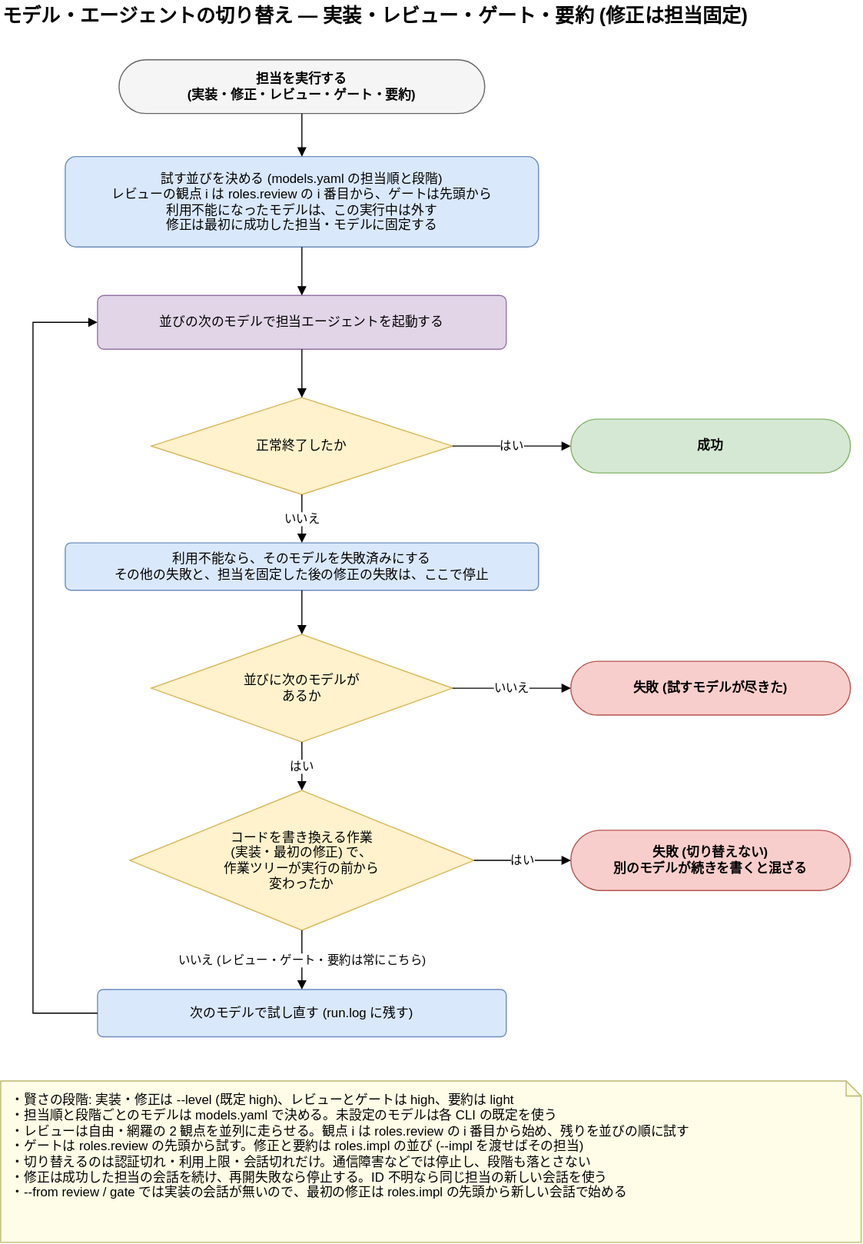
Earlier version of the draw.io export docs/autopilot-model-switching.drawio.svg (k-wa-wa/nuage-autopilot5). Source tidied: cells renumbered, new cells last; positions are measured from the earlier drawing's top-left corner, leaving out a move shared by most shapes.
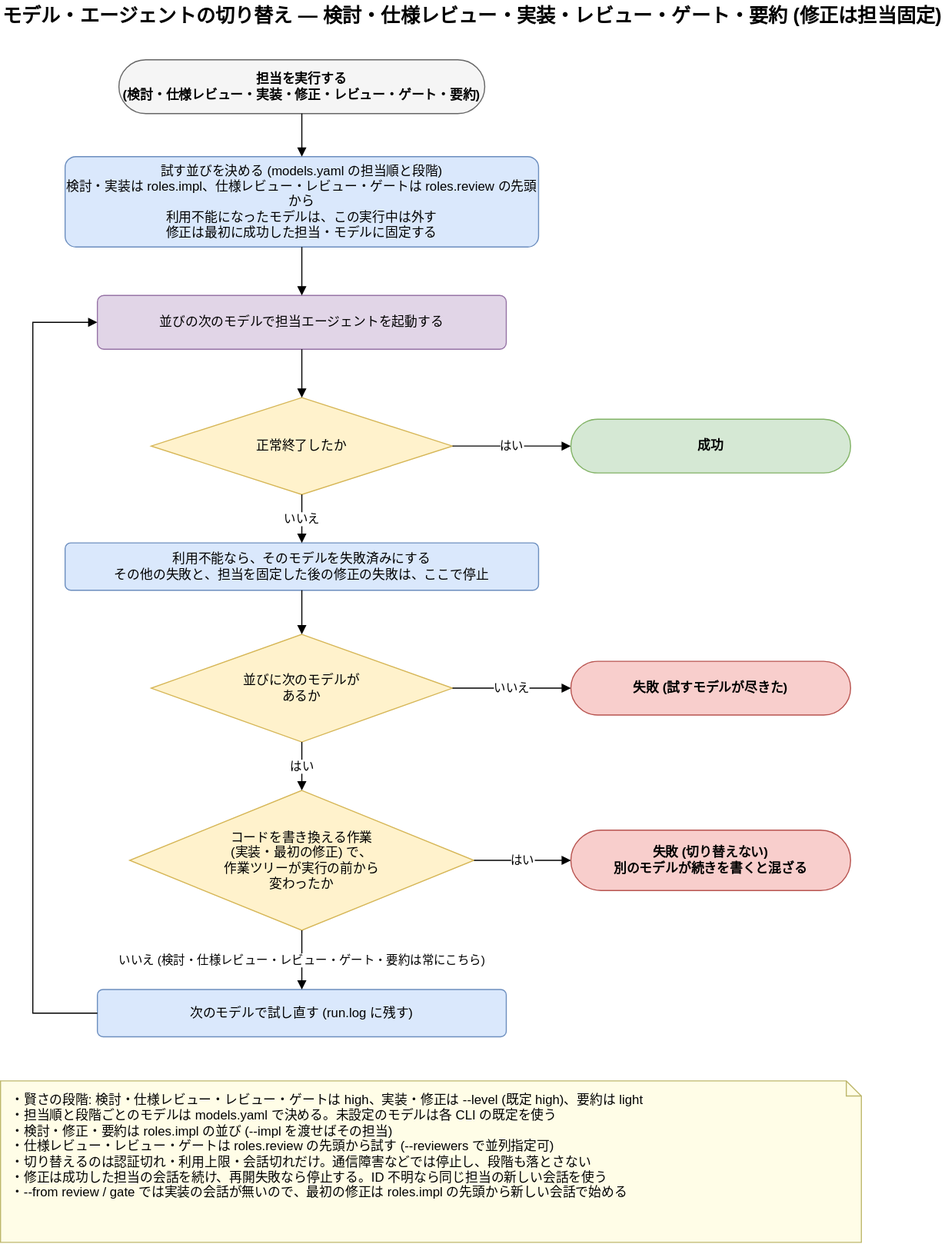
After the change.

What changed in the source:
```diff
@@ -2,13 +2,13 @@
   <root>
     <mxCell id="0" />
     <mxCell id="1" parent="0" />
-    <mxCell id="2" value="モデル・エージェントの切り替え — 実装・レビュー・ゲート・要約 (修正は担当固定)" style="text;html=1;fontSize=18;fontStyle=1;align=left;verticalAlign=middle;" parent="1" vertex="1">
+    <mxCell id="2" value="モデル・エージェントの切り替え — 検討・仕様レビュー・実装・レビュー・ゲート・要約 (修正は担当固定)" style="text;html=1;fontSize=18;fontStyle=1;align=left;verticalAlign=middle;" parent="1" vertex="1">
       <mxGeometry width="800" height="30" as="geometry" />
     </mxCell>
-    <mxCell id="3" value="担当を実行する&lt;br&gt;(実装・修正・レビュー・ゲート・要約)" style="whiteSpace=wrap;html=1;fontSize=12;rounded=1;arcSize=50;fillColor=#f5f5f5;strokeColor=#666666;fontStyle=1;" parent="1" vertex="1">
+    <mxCell id="3" value="担当を実行する&lt;br&gt;(検討・仕様レビュー・実装・修正・レビュー・ゲート・要約)" style="whiteSpace=wrap;html=1;fontSize=12;rounded=1;arcSize=50;fillColor=#f5f5f5;strokeColor=#666666;fontStyle=1;" parent="1" vertex="1">
       <mxGeometry x="110" y="55" width="340" height="50" as="geometry" />
     </mxCell>
-    <mxCell id="4" value="試す並びを決める (models.yaml の担当順と段階)&lt;br&gt;レビューの観点 i は roles.review の i 番目から、ゲートは先頭から&lt;br&gt;利用不能になったモデルは、この実行中は外す&lt;br&gt;修正は最初に成功した担当・モデルに固定する" style="whiteSpace=wrap;html=1;fontSize=12;rounded=1;arcSize=12;fillColor=#dae8fc;strokeColor=#6c8ebf;" parent="1" vertex="1">
+    <mxCell id="4" value="試す並びを決める (models.yaml の担当順と段階)&lt;br&gt;検討・実装は roles.impl、仕様レビュー・レビュー・ゲートは roles.review の先頭から&lt;br&gt;利用不能になったモデルは、この実行中は外す&lt;br&gt;修正は最初に成功した担当・モデルに固定する" style="whiteSpace=wrap;html=1;fontSize=12;rounded=1;arcSize=12;fillColor=#dae8fc;strokeColor=#6c8ebf;" parent="1" vertex="1">
       <mxGeometry x="60" y="145" width="440" height="84" as="geometry" />
     </mxCell>
     <mxCell id="5" value="並びの次のモデルで担当エージェントを起動する" style="whiteSpace=wrap;html=1;fontSize=12;rounded=1;arcSize=12;fillColor=#e1d5e7;strokeColor=#9673a6;" parent="1" vertex="1">
@@ -38,7 +38,7 @@
     <mxCell id="13" value="次のモデルで試し直す (run.log に残す)" style="whiteSpace=wrap;html=1;fontSize=12;rounded=1;arcSize=12;fillColor=#dae8fc;strokeColor=#6c8ebf;" parent="1" vertex="1">
       <mxGeometry x="90" y="919" width="380" height="44" as="geometry" />
     </mxCell>
-    <mxCell id="14" value="・賢さの段階: 実装・修正は --level (既定 high)、レビューとゲートは high、要約は light&lt;br&gt;・担当順と段階ごとのモデルは models.yaml で決める。未設定のモデルは各 CLI の既定を使う&lt;br&gt;・レビューは自由・網羅の 2 観点を並列に走らせる。観点 i は roles.review の i 番目から始め、残りを並びの順に試す&lt;br&gt;・ゲートは roles.review の先頭から試す。修正と要約は roles.impl の並び (--impl を渡せばその担当)&lt;br&gt;・切り替えるのは認証切れ・利用上限・会話切れだけ。通信障害などでは停止し、段階も落とさない&lt;br&gt;・修正は成功した担当の会話を続け、再開失敗なら停止する。ID 不明なら同じ担当の新しい会話を使う&lt;br&gt;・--from review / gate では実装の会話が無いので、最初の修正は roles.impl の先頭から新しい会話で始める" style="whiteSpace=wrap;html=1;fontSize=12;shape=note;size=14;fillColor=#fffde7;strokeColor=#bdb76b;align=left;spacingLeft=8;spacingRight=8;verticalAlign=top;spacingTop=4;" parent="1" vertex="1">
+    <mxCell id="14" value="・賢さの段階: 検討・仕様レビュー・レビュー・ゲートは high、実装・修正は --level (既定 high)、要約は light&lt;br&gt;・担当順と段階ごとのモデルは models.yaml で決める。未設定のモデルは各 CLI の既定を使う&lt;br&gt;・検討・修正・要約は roles.impl の並び (--impl を渡せばその担当)&lt;br&gt;・仕様レビュー・レビュー・ゲートは roles.review の先頭から試す (--reviewers で並列指定可)&lt;br&gt;・切り替えるのは認証切れ・利用上限・会話切れだけ。通信障害などでは停止し、段階も落とさない&lt;br&gt;・修正は成功した担当の会話を続け、再開失敗なら停止する。ID 不明なら同じ担当の新しい会話を使う&lt;br&gt;・--from review / gate では実装の会話が無いので、最初の修正は roles.impl の先頭から新しい会話で始める" style="whiteSpace=wrap;html=1;fontSize=12;shape=note;size=14;fillColor=#fffde7;strokeColor=#bdb76b;align=left;spacingLeft=8;spacingRight=8;verticalAlign=top;spacingTop=4;" parent="1" vertex="1">
       <mxGeometry y="1004" width="800" height="150" as="geometry" />
     </mxCell>
     <mxCell id="15" style="edgeStyle=orthogonalEdgeStyle;rounded=0;html=1;fontSize=11;endArrow=block;endFill=1;exitX=0.5;exitY=1;exitDx=0;exitDy=0;entryX=0.5;entryY=0;entryDx=0;entryDy=0;" parent="1" edge="1" source="3" target="4">
@@ -68,7 +68,7 @@
     <mxCell id="23" value="はい" style="edgeStyle=orthogonalEdgeStyle;rounded=0;html=1;fontSize=11;endArrow=block;endFill=1;exitX=1;exitY=0.5;exitDx=0;exitDy=0;entryX=0;entryY=0.5;entryDx=0;entryDy=0;" parent="1" edge="1" source="11" target="12">
       <mxGeometry relative="1" as="geometry" />
     </mxCell>
-    <mxCell id="24" value="いいえ (レビュー・ゲート・要約は常にこちら)" style="edgeStyle=orthogonalEdgeStyle;rounded=0;html=1;fontSize=11;endArrow=block;endFill=1;exitX=0.5;exitY=1;exitDx=0;exitDy=0;entryX=0.5;entryY=0;entryDx=0;entryDy=0;" parent="1" edge="1" source="11" target="13">
+    <mxCell id="24" value="いいえ (検討・仕様レビュー・レビュー・ゲート・要約は常にこちら)" style="edgeStyle=orthogonalEdgeStyle;rounded=0;html=1;fontSize=11;endArrow=block;endFill=1;exitX=0.5;exitY=1;exitDx=0;exitDy=0;entryX=0.5;entryY=0;entryDx=0;entryDy=0;" parent="1" edge="1" source="11" target="13">
       <mxGeometry relative="1" as="geometry" />
     </mxCell>
     <mxCell id="25" style="edgeStyle=orthogonalEdgeStyle;rounded=0;html=1;fontSize=11;endArrow=block;endFill=1;exitX=0;exitY=0.5;exitDx=0;exitDy=0;entryX=0;entryY=0.5;entryDx=0;entryDy=0;" parent="1" edge="1" source="13" target="5">
```
